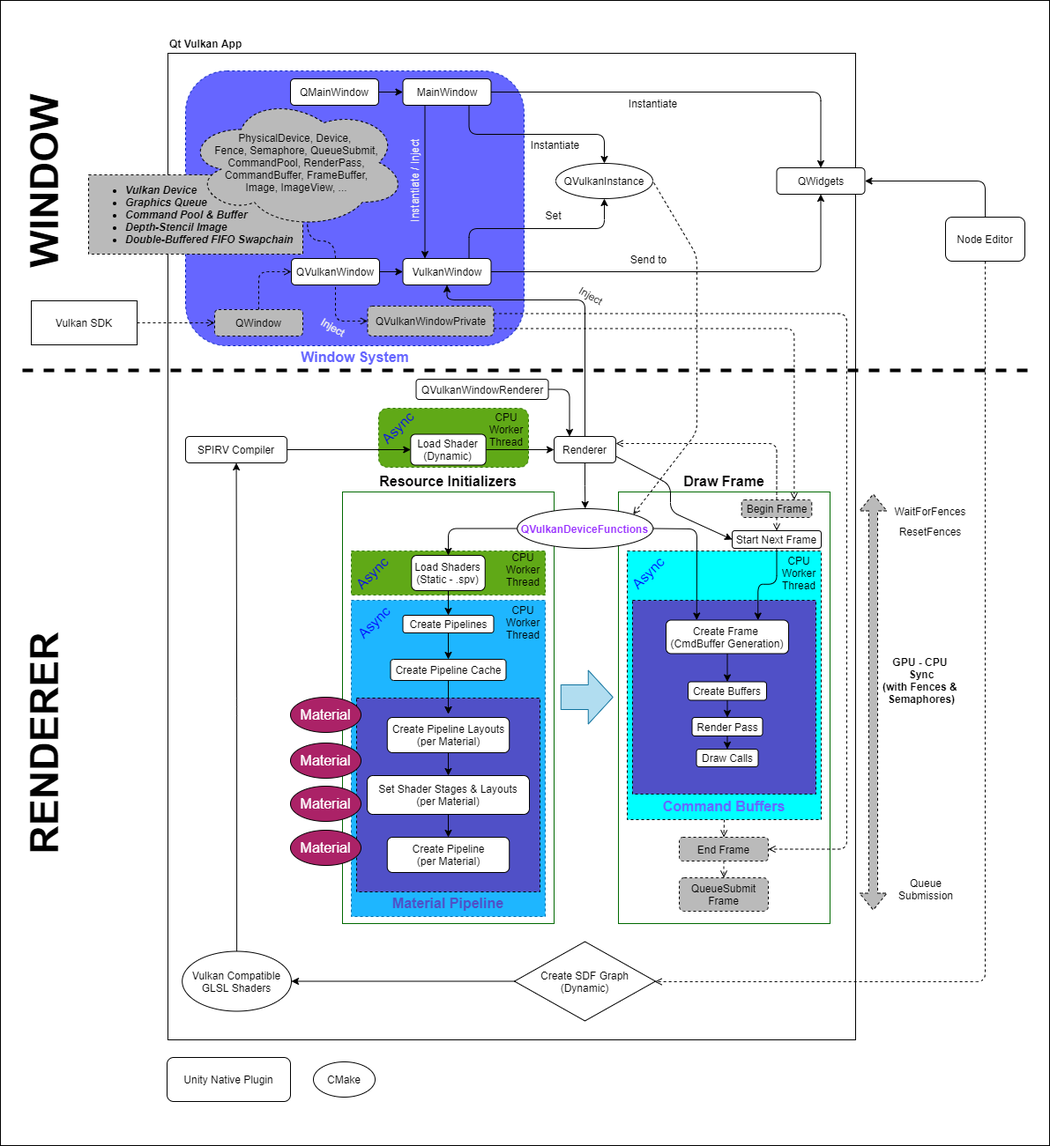
Before: docs/design/high-level-architecture.png, a diagram exported from draw.io (hiradyazdan/sdf-ray4d-engine). Source tidied: cells renumbered, new cells last; positions are measured from the earlier drawing's top-left corner, leaving out a move shared by most shapes.
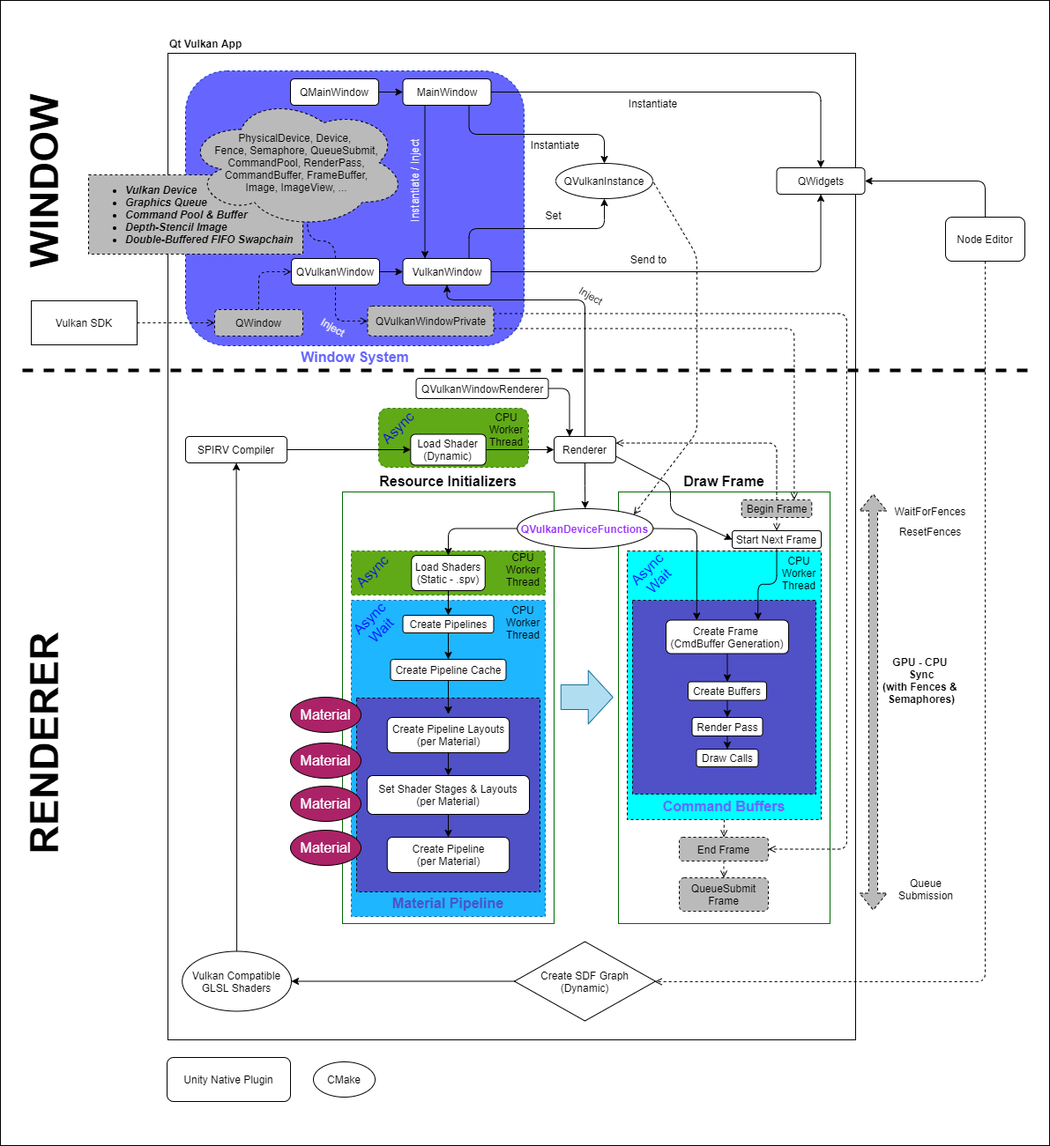
Later version of the same file.

Diff of the diagram source:
```diff
@@ -195,8 +195,8 @@
     <mxCell id="56" value="Create Frame &lt;br&gt;(CmdBuffer Generation)" style="rounded=1;whiteSpace=wrap;html=1;" parent="1" vertex="1">
       <mxGeometry x="837" y="703.5" width="139" height="38" as="geometry" />
     </mxCell>
-    <mxCell id="57" value="&lt;font color=&quot;#0000ff&quot;&gt;Async&lt;/font&gt;" style="text;html=1;strokeColor=none;fillColor=none;align=center;verticalAlign=middle;whiteSpace=wrap;rounded=0;dashed=1;fontSize=16;fontColor=#FFFFFF;rotation=-45;" parent="1" vertex="1">
-      <mxGeometry x="797" y="640" width="40" height="20" as="geometry" />
+    <mxCell id="57" value="&lt;font color=&quot;#0000ff&quot;&gt;Async&lt;br&gt;Wait&lt;br&gt;&lt;/font&gt;" style="text;html=1;strokeColor=none;fillColor=none;align=center;verticalAlign=middle;whiteSpace=wrap;rounded=0;dashed=1;fontSize=16;fontColor=#FFFFFF;rotation=-45;" parent="1" vertex="1">
+      <mxGeometry x="802" y="642" width="40" height="20" as="geometry" />
     </mxCell>
     <mxCell id="58" value="Draw Calls" style="rounded=1;whiteSpace=wrap;html=1;" parent="1" vertex="1">
       <mxGeometry x="871.5" y="850" width="70" height="20" as="geometry" />
@@ -219,8 +219,8 @@
     <mxCell id="64" value="Create Pipelines" style="rounded=1;whiteSpace=wrap;html=1;" parent="1" vertex="1">
       <mxGeometry x="538.5" y="698" width="103" height="20" as="geometry" />
     </mxCell>
-    <mxCell id="65" value="&lt;font color=&quot;#0000ff&quot;&gt;Async&lt;/font&gt;" style="text;html=1;strokeColor=none;fillColor=none;align=center;verticalAlign=middle;whiteSpace=wrap;rounded=0;dashed=1;fontSize=16;fontColor=#FFFFFF;rotation=-45;" parent="1" vertex="1">
-      <mxGeometry x="486" y="696" width="40" height="20" as="geometry" />
+    <mxCell id="65" value="&lt;font color=&quot;#0000ff&quot;&gt;Async&lt;br&gt;Wait&lt;/font&gt;" style="text;html=1;strokeColor=none;fillColor=none;align=center;verticalAlign=middle;whiteSpace=wrap;rounded=0;dashed=1;fontSize=16;fontColor=#FFFFFF;rotation=-45;" parent="1" vertex="1">
+      <mxGeometry x="487" y="698" width="40" height="20" as="geometry" />
     </mxCell>
     <mxCell id="66" value="Material Pipeline" style="text;html=1;strokeColor=none;fillColor=none;align=center;verticalAlign=middle;whiteSpace=wrap;rounded=0;rotation=0;fontStyle=1;fontSize=16;fontColor=#5050C7;" parent="1" vertex="1">
       <mxGeometry x="524" y="1015" width="132" height="20" as="geometry" />
@@ -371,7 +371,7 @@
       <mxGeometry y="818.5" width="263" height="50" as="geometry" />
     </mxCell>
     <mxCell id="108" value="QVulkanWindowRenderer" style="rounded=1;whiteSpace=wrap;html=1;" parent="1" vertex="1">
-      <mxGeometry x="553.5" y="430" width="150" height="23" as="geometry" />
+      <mxGeometry x="553.5" y="429" width="150" height="23" as="geometry" />
     </mxCell>
     <mxCell id="109" style="rounded=1;whiteSpace=wrap;html=1;dashed=1;fillColor=#60a917;strokeColor=#2D7600;fontColor=#ffffff;" parent="1" vertex="1">
       <mxGeometry x="511" y="463" width="170" height="67" as="geometry" />
@@ -398,7 +398,7 @@
       <mxGeometry x="650" y="621" width="50" height="50" as="geometry" />
     </mxCell>
     <mxCell id="117" value="&lt;font color=&quot;#0000ff&quot;&gt;Async&lt;/font&gt;" style="text;html=1;strokeColor=none;fillColor=none;align=center;verticalAlign=middle;whiteSpace=wrap;rounded=0;dashed=1;fontSize=16;fontColor=#FFFFFF;rotation=-45;" parent="1" vertex="1">
-      <mxGeometry x="484" y="640" width="40" height="20" as="geometry" />
+      <mxGeometry x="484" y="638" width="40" height="20" as="geometry" />
     </mxCell>
     <mxCell id="118" value="Load Shaders (Static - .spv)" style="rounded=1;whiteSpace=wrap;html=1;" parent="1" vertex="1">
       <mxGeometry x="548.2" y="630" width="83.5" height="40" as="geometry" />
```
